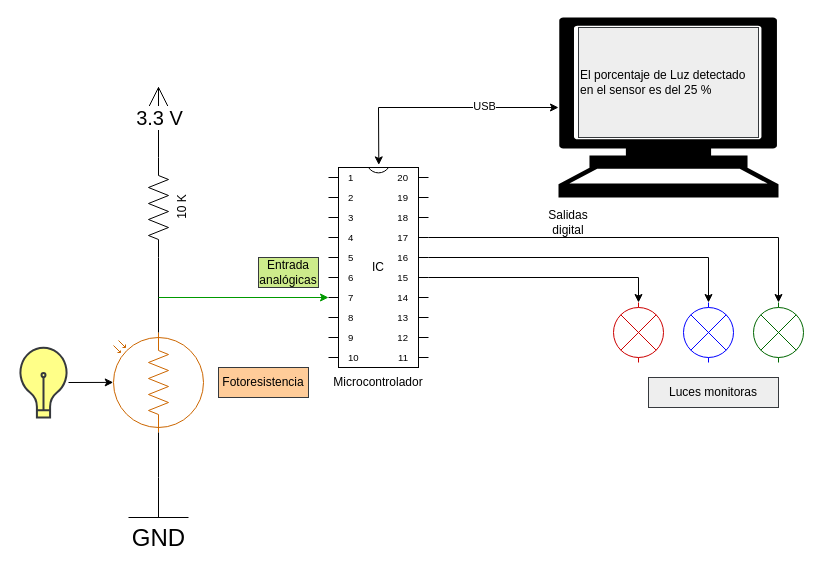
The draw.io diagram page "esquema" (1 of 2) of desing/t4-adc/adc.drawio in johnnycubides/taller-ing-electronical-UNAL, before the edit. Source tidied: cells renumbered, new cells numbered last; positions are measured from the earlier drawing's top-left corner, leaving out a move shared by most shapes. Both pictures are drawn from the tidied source at 100%, with x=0, y=0 at pixel (18, 17).
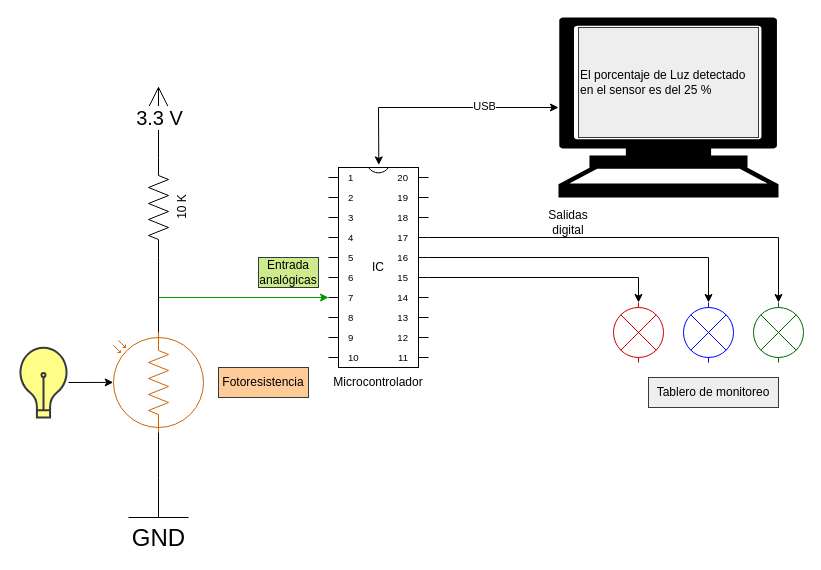
After the change.

What changed in the source:
```diff
@@
-    <mxCell id="25" value="Luces monitoras" style="text;html=1;strokeColor=#36393d;fillColor=#eeeeee;align=center;verticalAlign=middle;whiteSpace=wrap;rounded=0;" parent="1" vertex="1">
+    <mxCell id="25" value="Tablero de monitoreo" style="text;html=1;strokeColor=#36393d;fillColor=#eeeeee;align=center;verticalAlign=middle;whiteSpace=wrap;rounded=0;" parent="1" vertex="1">
       <mxGeometry x="630" y="360" width="130" height="30" as="geometry" />
     </mxCell>
```
